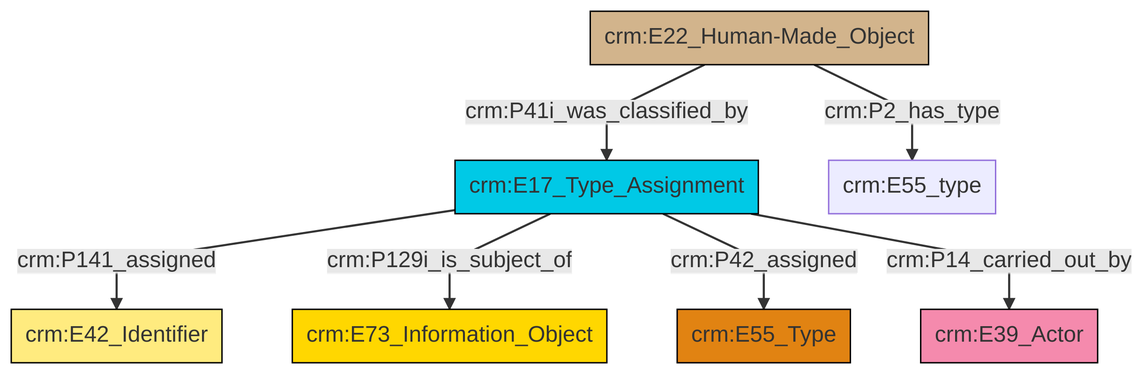
Above: et/builtWorkCSV/ttl/mmd/png/Built_Work_designation_status.png in swiss-art-research-net/reference-data-models (Mermaid), before the change. Its source is kept beside it as et/builtWorkCSV/ttl/mmd/Built_Work_designation_status.ttl.mmd. Source of this version:
```mermaid
graph TD
classDef Literal fill:#f2f2f2,stroke:#000000;
classDef CRM_Entity fill:#FFFFFF,stroke:#000000;
classDef Temporal_Entity fill:#00C9E6, stroke:#000000;
classDef Type fill:#E18312, stroke:#000000;
classDef Time-Span fill:#2C9C91, stroke:#000000;
classDef Appellation fill:#FFEB7F, stroke:#000000;
classDef Place fill:#008836, stroke:#000000;
classDef Persistent_Item fill:#B266B2, stroke:#000000;
classDef Conceptual_Object fill:#FFD700, stroke:#000000;
classDef Physical_Thing fill:#D2B48C, stroke:#000000;
classDef Actor fill:#f58aad, stroke:#000000;
classDef PC_Classes fill:#4ce600, stroke:#000000;
classDef Multi fill:#cccccc,stroke:#000000;

4["crm:E17_Type_Assignment"]:::Temporal_Entity -->|crm:P141_assigned| 2["crm:E42_Identifier"]:::Appellation
4["crm:E17_Type_Assignment"]:::Temporal_Entity -->|crm:P129i_is_subject_of| 7["crm:E73_Information_Object"]:::Conceptual_Object
10["crm:E22_Human-Made_Object"]:::Physical_Thing -->|crm:P2_has_type| 8["crm:E55_type"]:::Default
4["crm:E17_Type_Assignment"]:::Temporal_Entity -->|crm:P42_assigned| 0["crm:E55_Type"]:::Type
4["crm:E17_Type_Assignment"]:::Temporal_Entity -->|crm:P14_carried_out_by| 5["crm:E39_Actor"]:::Actor
10["crm:E22_Human-Made_Object"]:::Physical_Thing -->|crm:P41i_was_classified_by| 4["crm:E17_Type_Assignment"]:::Temporal_Entity
```
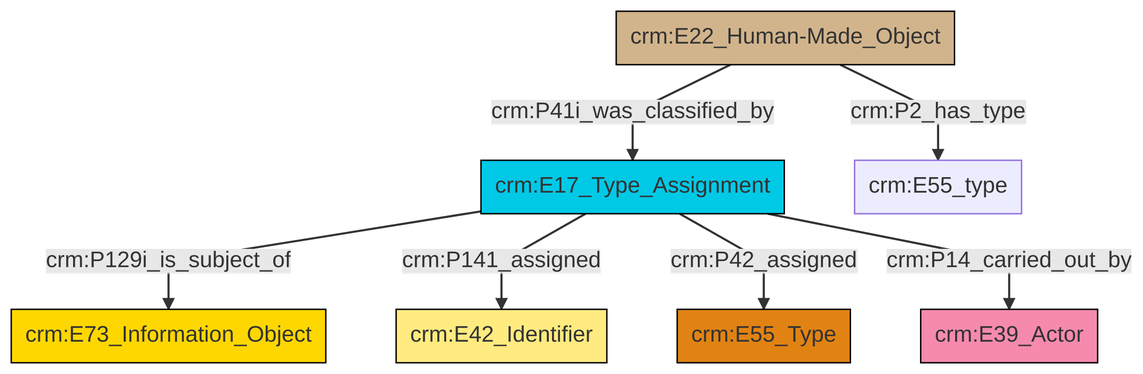
The same diagram one commit later.

What changed in the source:
```diff
@@ -13,9 +13,9 @@
 classDef PC_Classes fill:#4ce600, stroke:#000000;
 classDef Multi fill:#cccccc,stroke:#000000;
 
-4["crm:E17_Type_Assignment"]:::Temporal_Entity -->|crm:P141_assigned| 2["crm:E42_Identifier"]:::Appellation
-4["crm:E17_Type_Assignment"]:::Temporal_Entity -->|crm:P129i_is_subject_of| 7["crm:E73_Information_Object"]:::Conceptual_Object
-10["crm:E22_Human-Made_Object"]:::Physical_Thing -->|crm:P2_has_type| 8["crm:E55_type"]:::Default
-4["crm:E17_Type_Assignment"]:::Temporal_Entity -->|crm:P42_assigned| 0["crm:E55_Type"]:::Type
-4["crm:E17_Type_Assignment"]:::Temporal_Entity -->|crm:P14_carried_out_by| 5["crm:E39_Actor"]:::Actor
-10["crm:E22_Human-Made_Object"]:::Physical_Thing -->|crm:P41i_was_classified_by| 4["crm:E17_Type_Assignment"]:::Temporal_Entity
+2["crm:E17_Type_Assignment"]:::Temporal_Entity -->|crm:P129i_is_subject_of| 3["crm:E73_Information_Object"]:::Conceptual_Object
+2["crm:E17_Type_Assignment"]:::Temporal_Entity -->|crm:P141_assigned| 8["crm:E42_Identifier"]:::Appellation
+2["crm:E17_Type_Assignment"]:::Temporal_Entity -->|crm:P42_assigned| 4["crm:E55_Type"]:::Type
+11["crm:E22_Human-Made_Object"]:::Physical_Thing -->|crm:P41i_was_classified_by| 2["crm:E17_Type_Assignment"]:::Temporal_Entity
+2["crm:E17_Type_Assignment"]:::Temporal_Entity -->|crm:P14_carried_out_by| 0["crm:E39_Actor"]:::Actor
+11["crm:E22_Human-Made_Object"]:::Physical_Thing -->|crm:P2_has_type| 6["crm:E55_type"]:::Default
```
